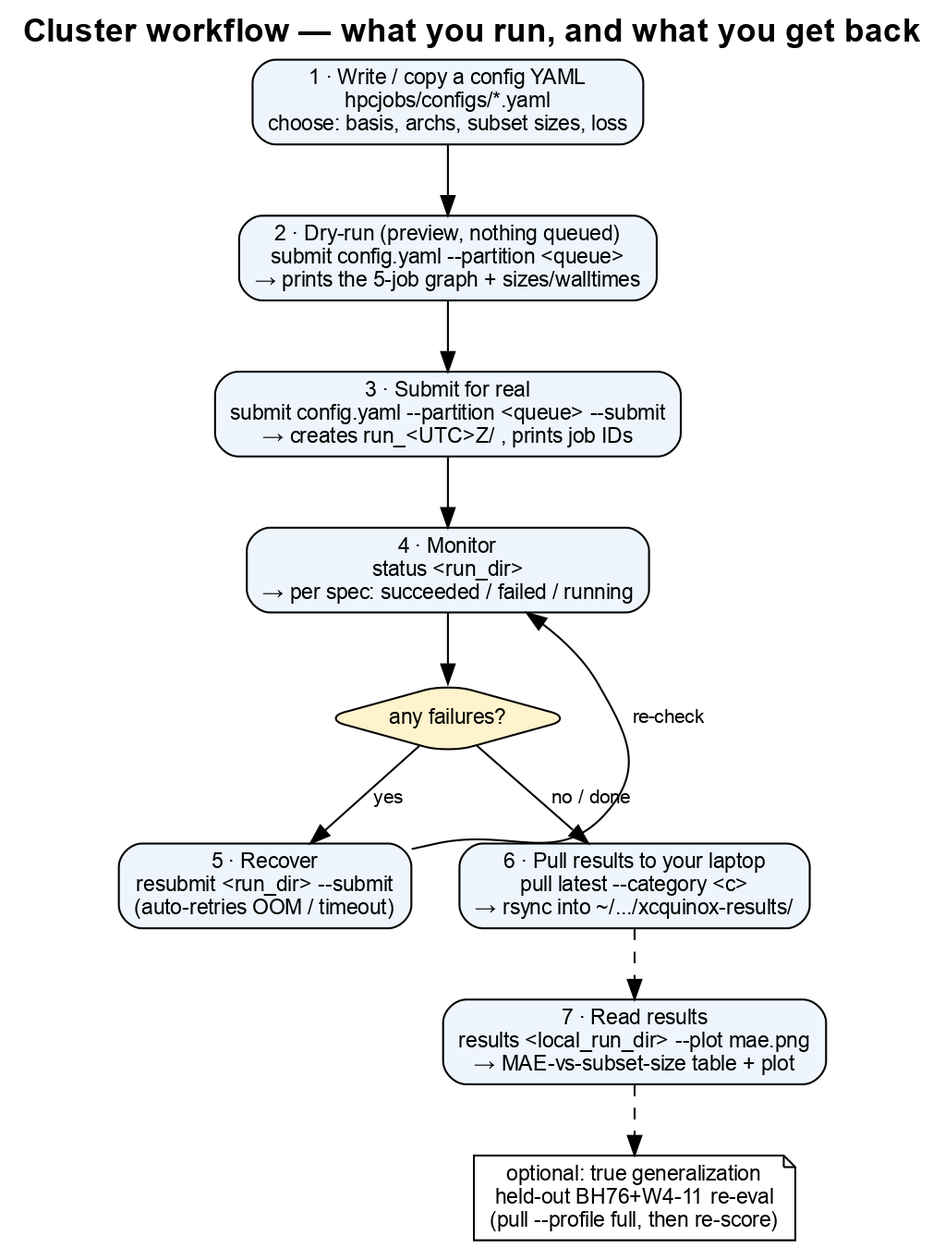
alecpwills/xcquinox keeps this Graphviz diagram as docs/architecture/diagrams/user_journey.png. Above is the earlier version. Its source is kept beside it as docs/architecture/diagrams/user_journey.dot.
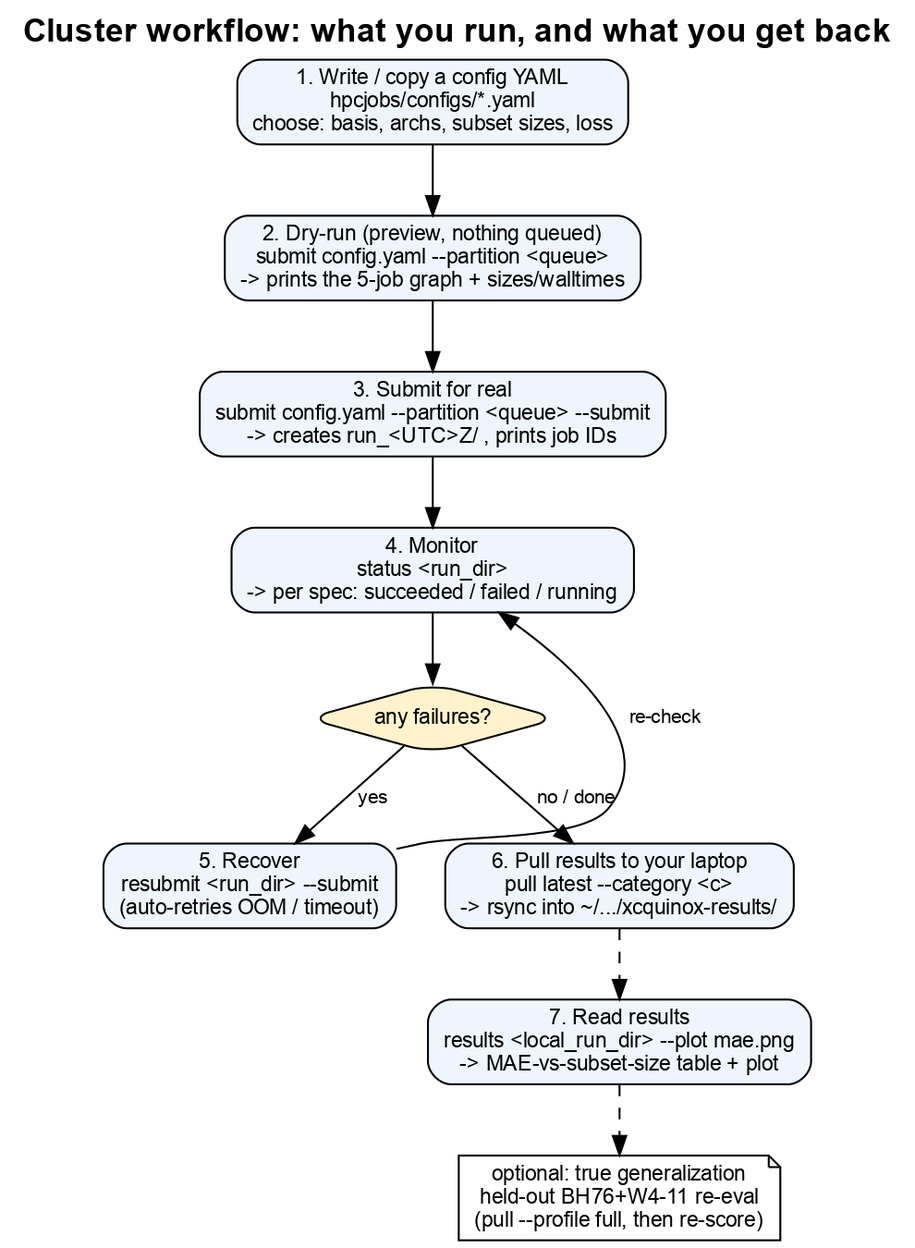
Above is the later version.

The edit, as a diff of the source:
```diff
@@ -1,18 +1,18 @@
 digraph user_journey {
-  label="Cluster workflow — what you run, and what you get back";
+  label="Cluster workflow: what you run, and what you get back";
   labelloc=t; fontsize=17; fontname="Helvetica-Bold";
   rankdir=TB; nodesep=0.35; ranksep=0.5;
   node [fontname="Helvetica", fontsize=11, shape=box, style="rounded,filled", fillcolor="#eef5fc"];
   edge [fontname="Helvetica", fontsize=10];
 
-  config  [label="1 · Write / copy a config YAML\nhpcjobs/configs/*.yaml\nchoose: basis, archs, subset sizes, loss"];
-  dry     [label="2 · Dry-run (preview, nothing queued)\nsubmit config.yaml --partition <queue>\n→ prints the 5-job graph + sizes/walltimes"];
-  sub     [label="3 · Submit for real\nsubmit config.yaml --partition <queue> --submit\n→ creates run_<UTC>Z/ , prints job IDs"];
-  status  [label="4 · Monitor\nstatus <run_dir>\n→ per spec: succeeded / failed / running"];
+  config  [label="1. Write / copy a config YAML\nhpcjobs/configs/*.yaml\nchoose: basis, archs, subset sizes, loss"];
+  dry     [label="2. Dry-run (preview, nothing queued)\nsubmit config.yaml --partition <queue>\n-> prints the 5-job graph + sizes/walltimes"];
+  sub     [label="3. Submit for real\nsubmit config.yaml --partition <queue> --submit\n-> creates run_<UTC>Z/ , prints job IDs"];
+  status  [label="4. Monitor\nstatus <run_dir>\n-> per spec: succeeded / failed / running"];
   dfail   [shape=diamond, fillcolor="#fff3cd", label="any failures?"];
-  resub   [label="5 · Recover\nresubmit <run_dir> --submit\n(auto-retries OOM / timeout)"];
-  pull    [label="6 · Pull results to your laptop\npull latest --category <c>\n→ rsync into ~/.../xcquinox-results/"];
-  results [label="7 · Read results\nresults <local_run_dir> --plot mae.png\n→ MAE-vs-subset-size table + plot"];
+  resub   [label="5. Recover\nresubmit <run_dir> --submit\n(auto-retries OOM / timeout)"];
+  pull    [label="6. Pull results to your laptop\npull latest --category <c>\n-> rsync into ~/.../xcquinox-results/"];
+  results [label="7. Read results\nresults <local_run_dir> --plot mae.png\n-> MAE-vs-subset-size table + plot"];
   holdout [shape=note, fillcolor="#ffffff",
            label="optional: true generalization\nheld-out BH76+W4-11 re-eval\n(pull --profile full, then re-score)"];
 
```
